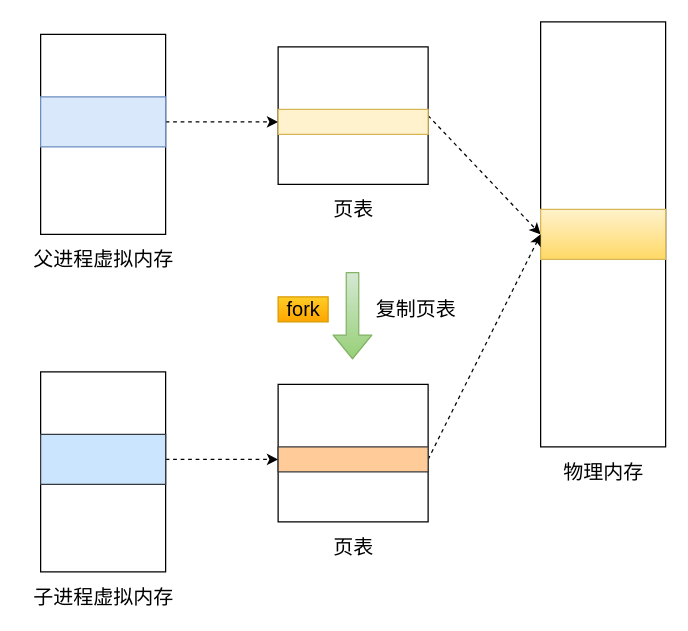
This is redis/持久化/写时复制前.drawio from xiaolincoder/ImageHost4, a draw.io file, before an edit. Source tidied: cells renumbered, new cells numbered last; positions are measured from the earlier drawing's top-left corner, leaving out a move shared by most shapes. Both pictures are drawn from the tidied source at 125%, with x=0, y=0 at pixel (21, 21).
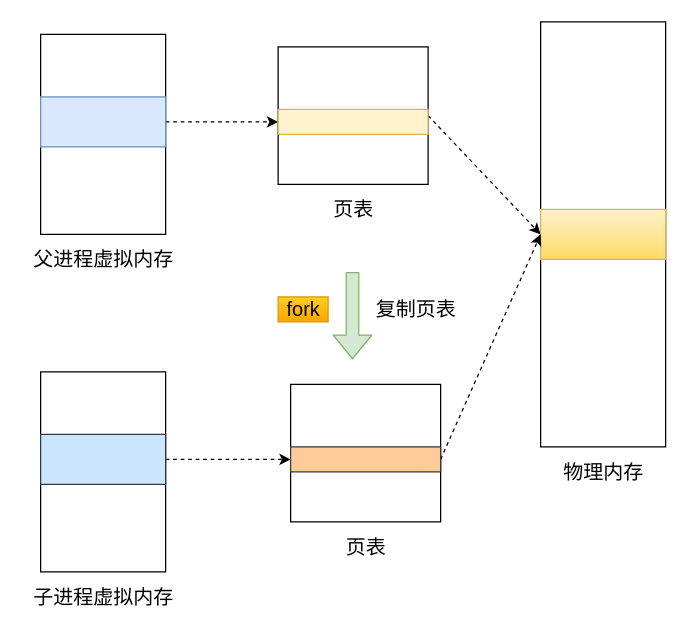
After the change.

Commit message (it also covers changes not shown here):
更新写时复制前.drawio

What changed in the source:
```diff
@@
-    <mxCell id="13" style="shape=flexArrow;endArrow=classic;html=1;fontSize=16;gradientColor=#97d077;fillColor=#d5e8d4;strokeColor=#82b366;" parent="1" edge="1">
+    <mxCell id="13" style="shape=flexArrow;endArrow=classic;html=1;fontSize=16;fillColor=#d5e8d4;strokeColor=#82b366;" parent="1" edge="1">
       <mxGeometry relative="1" as="geometry">
         <mxPoint x="264.5" y="200" as="sourcePoint" />
         <mxPoint x="264.5" y="270" as="targetPoint" />
       </mxGeometry>
     </mxCell>
@@
     <mxCell id="15" style="rounded=0;whiteSpace=wrap;html=1;fontSize=16;" parent="1" vertex="1">
-      <mxGeometry x="205" y="290" width="120" height="110" as="geometry" />
+      <mxGeometry x="215" y="290" width="120" height="110" as="geometry" />
     </mxCell>
@@
     <mxCell id="20" value="页表" style="text;html=1;align=center;verticalAlign=middle;strokeColor=none;fontSize=16;" parent="1" vertex="1">
-      <mxGeometry x="240" y="410" width="50" height="20" as="geometry" />
+      <mxGeometry x="250" y="410" width="50" height="20" as="geometry" />
     </mxCell>
@@
     <mxCell id="22" style="rounded=0;whiteSpace=wrap;html=1;fontSize=16;fillColor=#ffcc99;strokeColor=#36393d;" parent="1" vertex="1">
-      <mxGeometry x="205" y="340" width="120" height="20" as="geometry" />
+      <mxGeometry x="215" y="340" width="120" height="20" as="geometry" />
     </mxCell>
```
